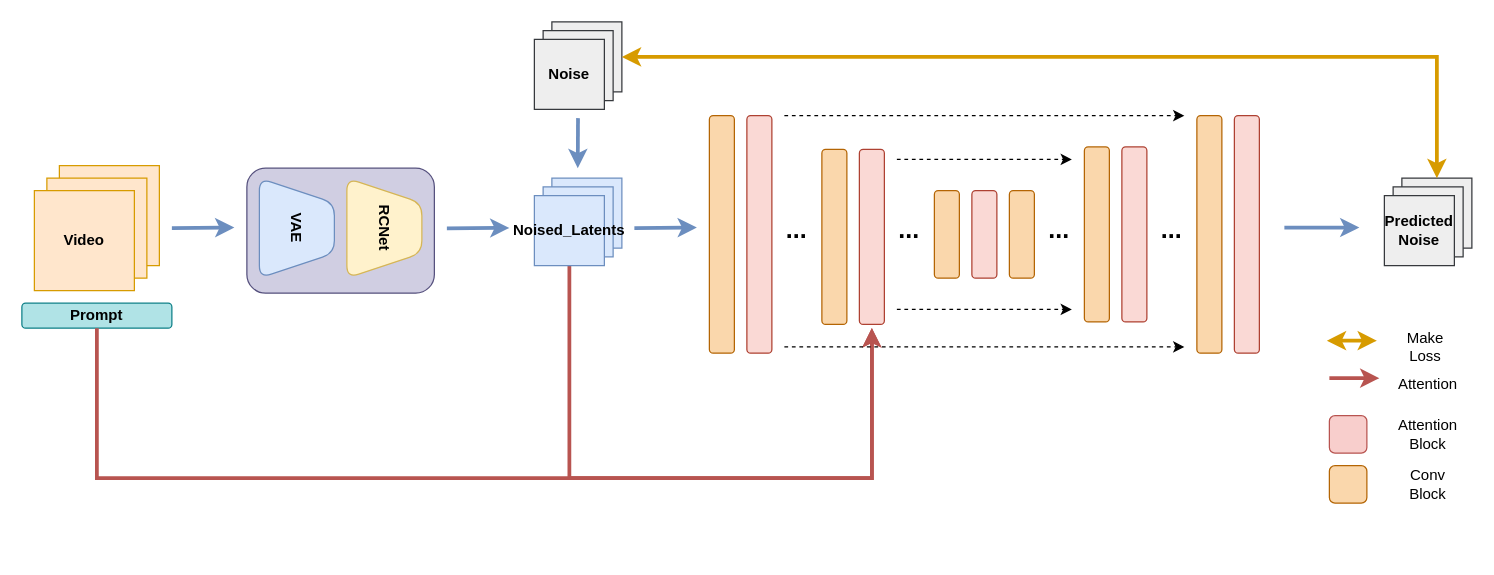
This is VideoFromVideo.drawio from shinejjy/Flow-Chart, a draw.io file, before an edit. Source tidied: cells renumbered, new cells numbered last; positions are measured from the earlier drawing's top-left corner, leaving out a move shared by most shapes. Both pictures are drawn from the tidied source at 125%, with x=0, y=0 at pixel (21, 21).
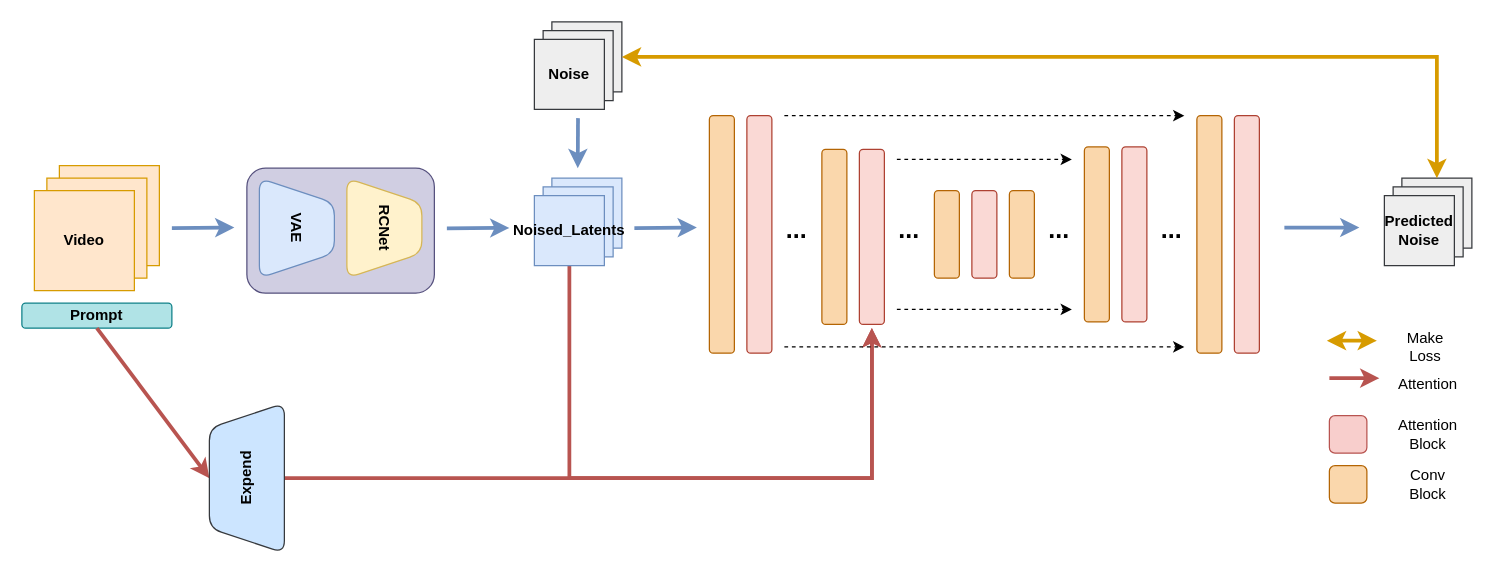
Above is the later version.

The change refers to these unchanged cells:
```xml
<mxCell id="4" value="&lt;b&gt;Prompt&lt;/b&gt;" style="rounded=1;whiteSpace=wrap;html=1;fillColor=#b0e3e6;strokeColor=#0e8088;" parent="1" vertex="1">
  <mxGeometry y="225" width="120" height="20" as="geometry" />
</mxCell>
```

Diff of the diagram source:
```diff
@@
-    <mxCell id="19" style="endArrow=classic;html=1;rounded=0;exitX=0.5;exitY=1;exitDx=0;exitDy=0;fillColor=#f8cecc;strokeColor=#b85450;strokeWidth=3;" parent="1" edge="1" source="4">
+    <mxCell id="19" style="endArrow=classic;html=1;rounded=0;exitX=0.5;exitY=1;exitDx=0;exitDy=0;fillColor=#f8cecc;strokeColor=#b85450;strokeWidth=3;" parent="1" edge="1" source="59">
       <mxGeometry relative="1" as="geometry">
         <mxPoint x="680" y="245" as="targetPoint" />
         <Array as="points">
-          <mxPoint x="60" y="365" />
           <mxPoint x="680" y="365" />
         </Array>
       </mxGeometry>
     </mxCell>
@@
+    <mxCell id="58" style="endArrow=classic;html=1;rounded=0;exitX=0.5;exitY=1;exitDx=0;exitDy=0;fillColor=#f8cecc;strokeColor=#b85450;strokeWidth=3;entryX=0.5;entryY=0;entryDx=0;entryDy=0;" parent="1" edge="1" source="4" target="59">
+      <mxGeometry relative="1" as="geometry" />
+    </mxCell>
+    <mxCell id="59" value="&lt;b&gt;Expend&lt;/b&gt;" style="shape=trapezoid;perimeter=trapezoidPerimeter;whiteSpace=wrap;html=1;fixedSize=1;rotation=-90;rounded=1;fillColor=#cce5ff;strokeColor=#36393d;" parent="1" vertex="1">
+      <mxGeometry x="120" y="335" width="120" height="60" as="geometry" />
+    </mxCell>
```
